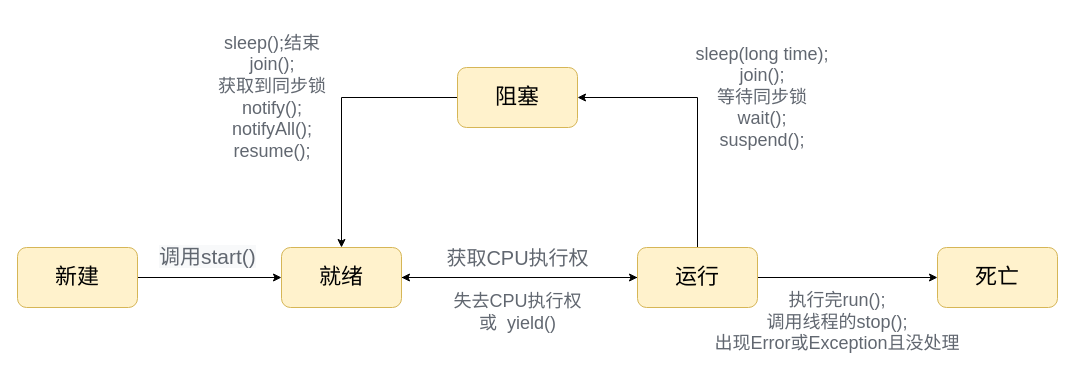
lexinhu/diagrams keeps this draw.io diagram as 线程生命周期.drawio. Above is the earlier version. Source tidied: cells renumbered, new cells numbered last; positions are measured from the earlier drawing's top-left corner, leaving out a move shared by most shapes. Both pictures are drawn from the tidied source at 100%, with x=0, y=0 at pixel (17, 17).
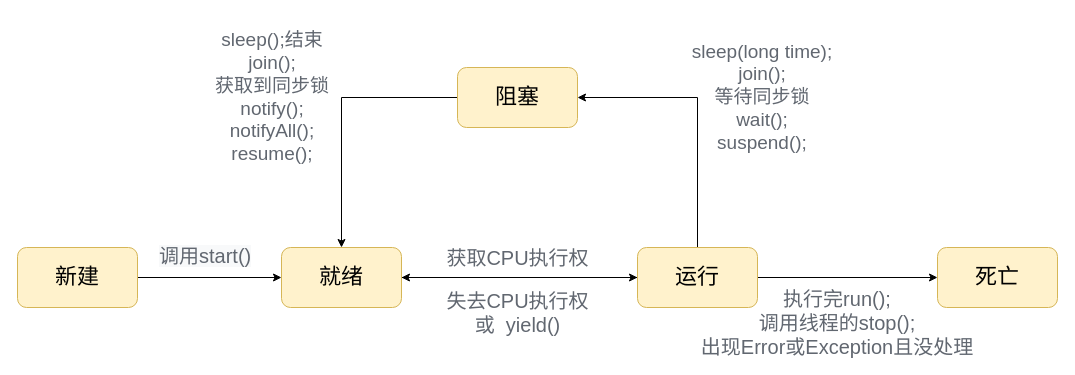
After the change.

Commit message (it also covers changes not shown here):
更新线程生命周期.drawio

Change to the diagram source:
```diff
@@
-    <mxCell id="6" value="&lt;span style=&quot;font-family: helvetica; font-size: 21px; font-style: normal; font-weight: 400; letter-spacing: normal; text-align: center; text-indent: 0px; text-transform: none; word-spacing: 0px; background-color: rgb(248, 249, 250); display: inline; float: none;&quot;&gt;调用start()&lt;/span&gt;" style="text;whiteSpace=wrap;html=1;fontSize=21;fontColor=#616770;" parent="1" vertex="1">
+    <mxCell id="6" value="&lt;span style=&quot;font-family: helvetica; font-size: 20px; font-style: normal; font-weight: 400; letter-spacing: normal; text-align: center; text-indent: 0px; text-transform: none; word-spacing: 0px; background-color: rgb(248, 249, 250); display: inline; float: none;&quot;&gt;调用start()&lt;/span&gt;" style="text;whiteSpace=wrap;html=1;fontSize=20;fontColor=#616770;" parent="1" vertex="1">
       <mxGeometry x="140" y="220" width="110" height="40" as="geometry" />
     </mxCell>
@@
-    <mxCell id="12" value="失去CPU执行权&lt;br style=&quot;font-size: 18px;&quot;&gt;或&amp;nbsp; yield()" style="text;html=1;align=center;verticalAlign=middle;fontSize=18;fontStyle=0;labelBackgroundColor=#ffffff;fontColor=#616770;" parent="1" vertex="1">
-      <mxGeometry x="430" y="270" width="140" height="50" as="geometry" />
+    <mxCell id="12" value="失去CPU执行权&lt;br style=&quot;font-size: 20px;&quot;&gt;或&amp;nbsp; yield()" style="text;html=1;align=center;verticalAlign=middle;fontSize=20;fontStyle=0;labelBackgroundColor=#ffffff;fontColor=#616770;" parent="1" vertex="1">
+      <mxGeometry x="420" y="270" width="160" height="50" as="geometry" />
     </mxCell>
@@
-    <mxCell id="14" value="执行完run();&lt;br&gt;调用线程的stop();&lt;br&gt;出现Error或Exception且没处理" style="text;html=1;strokeColor=none;fillColor=none;align=center;verticalAlign=middle;whiteSpace=wrap;rounded=0;fontSize=18;fontColor=#616770;" parent="1" vertex="1">
+    <mxCell id="14" value="执行完run();&lt;br style=&quot;font-size: 20px;&quot;&gt;调用线程的stop();&lt;br style=&quot;font-size: 20px;&quot;&gt;出现Error或Exception且没处理" style="text;html=1;strokeColor=none;fillColor=none;align=center;verticalAlign=middle;whiteSpace=wrap;rounded=0;fontSize=20;fontColor=#616770;" parent="1" vertex="1">
       <mxGeometry x="640" y="270" width="360" height="70" as="geometry" />
     </mxCell>
@@
-    <mxCell id="17" value="sleep(long time);&lt;br&gt;join();&lt;br&gt;等待同步锁&lt;br&gt;wait();&lt;br&gt;suspend();&lt;br&gt;" style="text;html=1;strokeColor=none;fillColor=none;align=center;verticalAlign=middle;whiteSpace=wrap;rounded=0;fontSize=18;fontColor=#616770;" parent="1" vertex="1">
+    <mxCell id="17" value="sleep(long time);&lt;br style=&quot;font-size: 19px;&quot;&gt;join();&lt;br style=&quot;font-size: 19px;&quot;&gt;等待同步锁&lt;br style=&quot;font-size: 19px;&quot;&gt;wait();&lt;br style=&quot;font-size: 19px;&quot;&gt;suspend();&lt;br style=&quot;font-size: 19px;&quot;&gt;" style="text;html=1;strokeColor=none;fillColor=none;align=center;verticalAlign=middle;whiteSpace=wrap;rounded=0;fontSize=19;fontColor=#616770;" parent="1" vertex="1">
       <mxGeometry x="670" width="150" height="160" as="geometry" />
     </mxCell>
-    <mxCell id="18" value="sleep();结束&lt;br&gt;join();&lt;br&gt;获取到同步锁&lt;br&gt;notify();&lt;br&gt;notifyAll();&lt;br&gt;resume();" style="text;html=1;strokeColor=none;fillColor=none;align=center;verticalAlign=middle;whiteSpace=wrap;rounded=0;fontSize=18;fontColor=#616770;spacingTop=0;spacing=19;" parent="1" vertex="1">
+    <mxCell id="18" value="sleep();结束&lt;br style=&quot;font-size: 19px;&quot;&gt;join();&lt;br style=&quot;font-size: 19px;&quot;&gt;获取到同步锁&lt;br style=&quot;font-size: 19px;&quot;&gt;notify();&lt;br style=&quot;font-size: 19px;&quot;&gt;notifyAll();&lt;br style=&quot;font-size: 19px;&quot;&gt;resume();" style="text;html=1;strokeColor=none;fillColor=none;align=center;verticalAlign=middle;whiteSpace=wrap;rounded=0;fontSize=19;fontColor=#616770;spacingTop=0;spacing=19;" parent="1" vertex="1">
       <mxGeometry x="180" width="150" height="160" as="geometry" />
     </mxCell>
```
